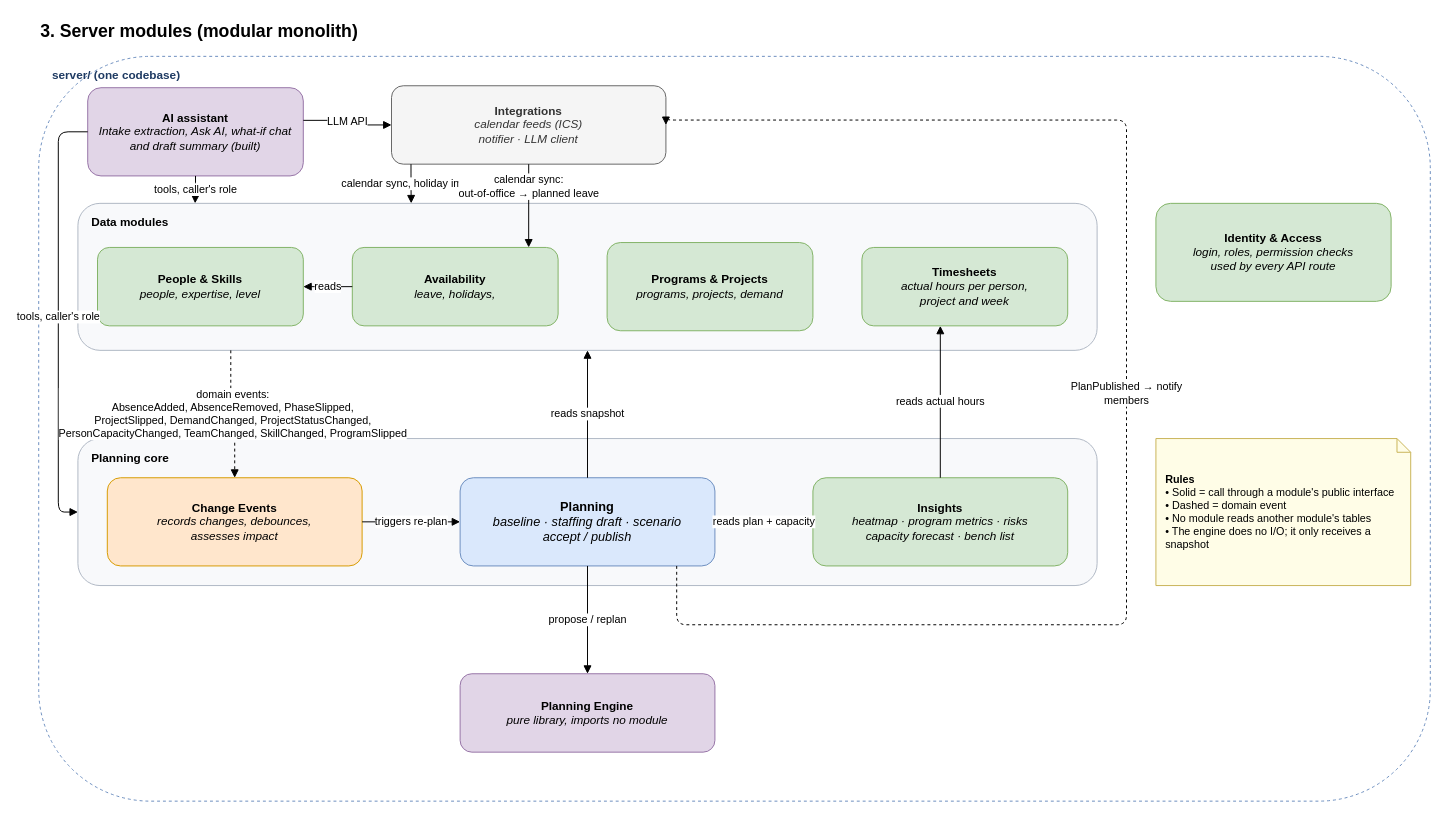
This is page "3. Server modules" (3 of 9) of docs/architecture.drawio from dophnamm/the-slot-finder, a draw.io file, before an edit. Source tidied: cells renumbered, new cells numbered last; positions are measured from the earlier drawing's top-left corner, leaving out a move shared by most shapes. Both pictures are drawn from the tidied source at 98%, with x=0, y=0 at pixel (38, 17).
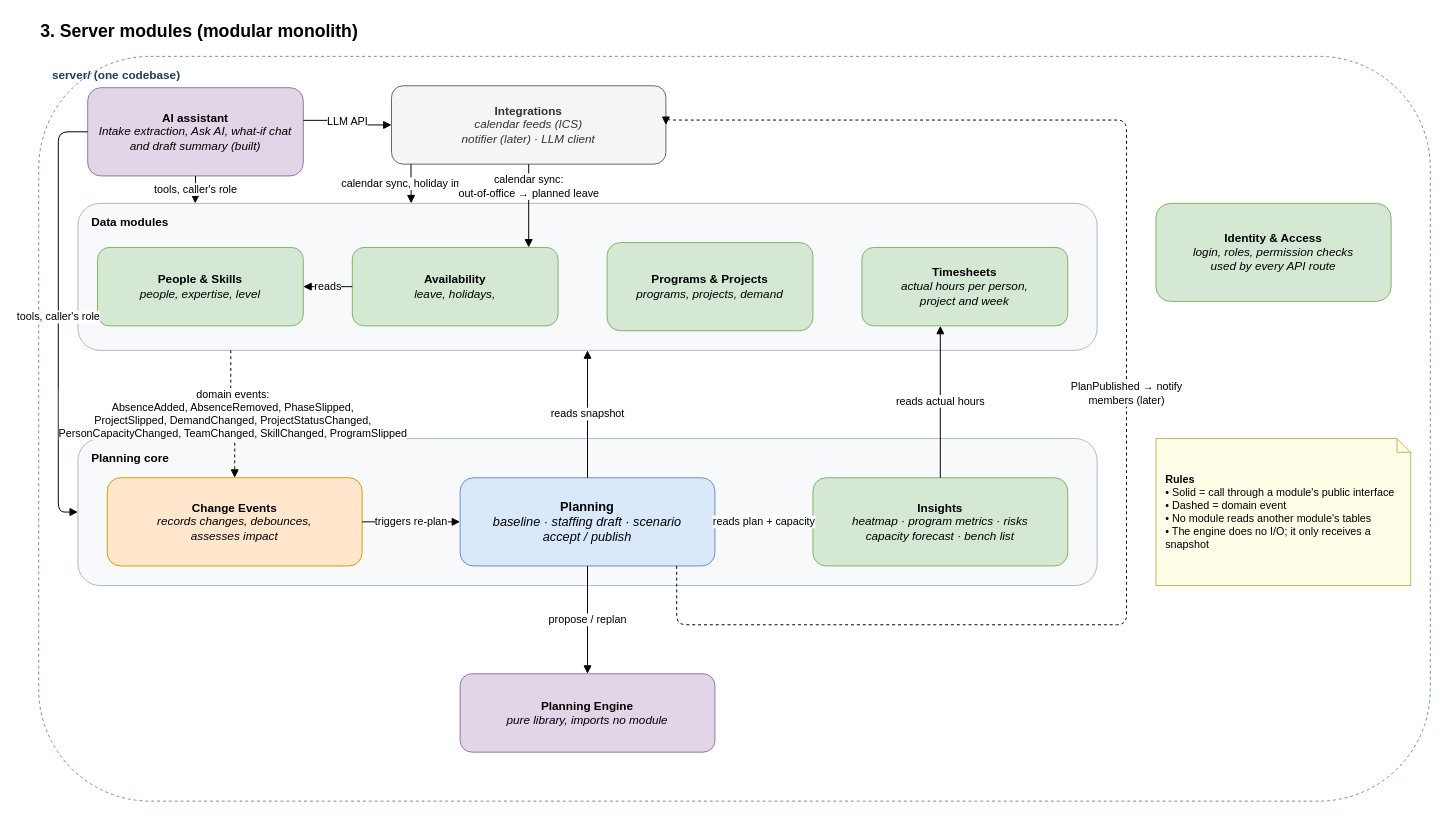
The same diagram, later.

Unchanged cells that the change refers to:
```xml
<mxCell id="13" value="&lt;b&gt;Planning&lt;/b&gt;&lt;br&gt;&lt;i&gt;baseline · staffing draft · scenario&lt;br&gt;accept / publish&lt;/i&gt;" style="rounded=1;whiteSpace=wrap;html=1;fillColor=#dae8fc;strokeColor=#6c8ebf;fontSize=13;" parent="1" vertex="1">
  <mxGeometry x="430" y="470" width="260" height="90" as="geometry" />
</mxCell>
```

Diff of the diagram source:
```diff
@@
-    <mxCell id="4" value="&lt;b&gt;Integrations&lt;/b&gt;&lt;br&gt;&lt;i&gt;calendar feeds (ICS)&lt;br&gt;notifier · LLM client&lt;/i&gt;" style="rounded=1;whiteSpace=wrap;html=1;fillColor=#f5f5f5;strokeColor=#666666;fontColor=#333333;" parent="1" vertex="1">
+    <mxCell id="4" value="&lt;b&gt;Integrations&lt;/b&gt;&lt;br&gt;&lt;i&gt;calendar feeds (ICS)&lt;br&gt;notifier (later) · LLM client&lt;/i&gt;" style="rounded=1;whiteSpace=wrap;html=1;fillColor=#f5f5f5;strokeColor=#666666;fontColor=#333333;" parent="1" vertex="1">
       <mxGeometry x="360" y="70" width="280" height="80" as="geometry" />
     </mxCell>
@@
-    <mxCell id="29" value="PlanPublished → notify&lt;br&gt;members" style="edgeStyle=orthogonalEdgeStyle;rounded=1;html=1;endArrow=block;endFill=1;dashed=1;fontSize=11;labelBackgroundColor=#ffffff;exitX=0.85;exitY=1;exitDx=0;exitDy=0;entryX=1;entryY=0.5;entryDx=0;entryDy=0;" parent="1" edge="1" source="13" target="4">
+    <mxCell id="29" value="PlanPublished → notify&lt;br&gt;members (later)" style="edgeStyle=orthogonalEdgeStyle;rounded=1;html=1;endArrow=block;endFill=1;dashed=1;fontSize=11;labelBackgroundColor=#ffffff;exitX=0.85;exitY=1;exitDx=0;exitDy=0;entryX=1;entryY=0.5;entryDx=0;entryDy=0;" parent="1" edge="1" source="13" target="4">
       <mxGeometry relative="1" as="geometry">
         <Array as="points">
           <mxPoint x="651" y="620" />
           <mxPoint x="1110" y="620" />
           <mxPoint x="1110" y="105" />
         </Array>
       </mxGeometry>
     </mxCell>
```
